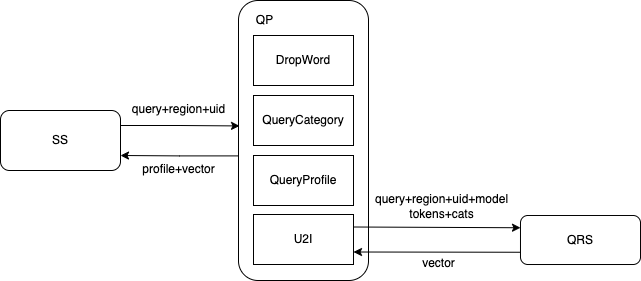
Dwyane-Xu/drao.io keeps this draw.io diagram as u2i.drawio.png. Above is the earlier version. Source tidied: cells renumbered, new cells last; positions are measured from the earlier drawing's top-left corner, leaving out a move shared by most shapes. Source of this version:
```xml
<mxGraphModel>
  <root>
    <mxCell id="0" />
    <mxCell id="1" parent="0" />
    <mxCell id="2" style="edgeStyle=orthogonalEdgeStyle;rounded=0;jettySize=auto;html=1;entryX=0.008;entryY=0.448;entryDx=0;entryDy=0;exitX=1;exitY=0.25;exitDx=0;exitDy=0;entryPerimeter=0;" parent="1" edge="1" source="3" target="5">
      <mxGeometry relative="1" as="geometry" />
    </mxCell>
    <mxCell id="3" value="SS" style="rounded=1;whiteSpace=wrap;html=1;" parent="1" vertex="1">
      <mxGeometry y="110" width="120" height="60" as="geometry" />
    </mxCell>
    <mxCell id="4" style="edgeStyle=orthogonalEdgeStyle;rounded=0;jettySize=auto;html=1;entryX=1;entryY=0.75;entryDx=0;entryDy=0;exitX=0;exitY=0.555;exitDx=0;exitDy=0;exitPerimeter=0;" parent="1" edge="1" source="5" target="3">
      <mxGeometry relative="1" as="geometry" />
    </mxCell>
    <mxCell id="5" style="rounded=1;whiteSpace=wrap;html=1;" parent="1" vertex="1">
      <mxGeometry x="238" width="130" height="280" as="geometry" />
    </mxCell>
    <mxCell id="6" value="DropWord" style="rounded=0;whiteSpace=wrap;html=1;" parent="1" vertex="1">
      <mxGeometry x="253" y="35" width="100" height="50" as="geometry" />
    </mxCell>
    <mxCell id="7" value="QueryCategory" style="rounded=0;whiteSpace=wrap;html=1;" parent="1" vertex="1">
      <mxGeometry x="253" y="95" width="100" height="50" as="geometry" />
    </mxCell>
    <mxCell id="8" value="QueryProfile" style="rounded=0;whiteSpace=wrap;html=1;" parent="1" vertex="1">
      <mxGeometry x="253" y="155" width="100" height="50" as="geometry" />
    </mxCell>
    <mxCell id="9" value="QP" style="text;html=1;align=center;verticalAlign=middle;fillColor=none;strokeColor=none;rounded=0;" parent="1" vertex="1">
      <mxGeometry x="244" y="5" width="40" height="30" as="geometry" />
    </mxCell>
    <mxCell id="10" value="QRS" style="rounded=1;whiteSpace=wrap;html=1;" parent="1" vertex="1">
      <mxGeometry x="520" y="215" width="120" height="49" as="geometry" />
    </mxCell>
    <mxCell id="11" value="&lt;br&gt;query+region+uid+model&lt;br&gt;tokens+cats" style="text;html=1;align=center;verticalAlign=middle;fillColor=none;strokeColor=none;rounded=0;" parent="1" vertex="1">
      <mxGeometry x="361" y="169" width="160" height="60" as="geometry" />
    </mxCell>
    <mxCell id="12" value="vector" style="text;html=1;align=center;verticalAlign=middle;fillColor=none;strokeColor=none;rounded=0;" parent="1" vertex="1">
      <mxGeometry x="408" y="248" width="60" height="30" as="geometry" />
    </mxCell>
    <mxCell id="13" value="U2I" style="rounded=0;whiteSpace=wrap;html=1;" parent="1" vertex="1">
      <mxGeometry x="253" y="214" width="100" height="50" as="geometry" />
    </mxCell>
    <mxCell id="14" style="endArrow=classic;html=1;rounded=0;exitX=1;exitY=0.25;exitDx=0;exitDy=0;entryX=0;entryY=0.25;entryDx=0;entryDy=0;" parent="1" edge="1" source="13" target="10">
      <mxGeometry relative="1" as="geometry" />
    </mxCell>
    <mxCell id="15" style="endArrow=classic;html=1;rounded=0;exitX=0;exitY=0.75;exitDx=0;exitDy=0;entryX=1;entryY=0.75;entryDx=0;entryDy=0;" parent="1" edge="1" source="10" target="13">
      <mxGeometry relative="1" as="geometry" />
    </mxCell>
    <mxCell id="16" value="query+region+uid" style="text;html=1;align=center;verticalAlign=middle;fillColor=none;strokeColor=none;rounded=0;" parent="1" vertex="1">
      <mxGeometry x="118" y="94" width="120" height="30" as="geometry" />
    </mxCell>
    <mxCell id="17" value="profile+vector" style="text;html=1;align=center;verticalAlign=middle;fillColor=none;strokeColor=none;rounded=0;" parent="1" vertex="1">
      <mxGeometry x="128" y="154" width="100" height="30" as="geometry" />
    </mxCell>
  </root>
</mxGraphModel>
```
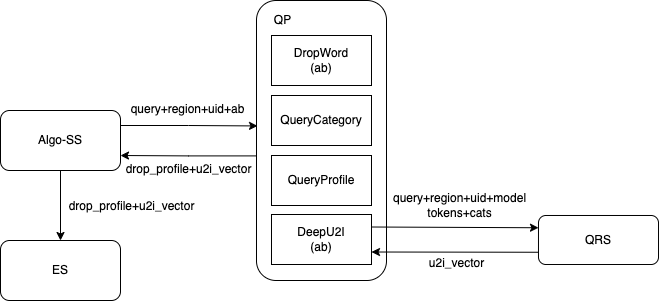
After the change.

The edit, as a diff of the source:
```diff
@@ -5,8 +5,11 @@
     <mxCell id="2" style="edgeStyle=orthogonalEdgeStyle;rounded=0;jettySize=auto;html=1;entryX=0.008;entryY=0.448;entryDx=0;entryDy=0;exitX=1;exitY=0.25;exitDx=0;exitDy=0;entryPerimeter=0;" parent="1" edge="1" source="3" target="5">
       <mxGeometry relative="1" as="geometry" />
     </mxCell>
+    <mxCell id="18" style="edgeStyle=orthogonalEdgeStyle;rounded=0;jettySize=auto;html=1;" parent="1" edge="1" source="3" target="19">
+      <mxGeometry relative="1" as="geometry" />
+    </mxCell>
-    <mxCell id="3" value="SS" style="rounded=1;whiteSpace=wrap;html=1;" parent="1" vertex="1">
-      <mxGeometry y="110" width="120" height="60" as="geometry" />
+    <mxCell id="3" value="Algo-SS" style="rounded=1;whiteSpace=wrap;html=1;" parent="1" vertex="1">
+      <mxGeometry x="-18" y="110" width="120" height="60" as="geometry" />
     </mxCell>
     <mxCell id="4" style="edgeStyle=orthogonalEdgeStyle;rounded=0;jettySize=auto;html=1;entryX=1;entryY=0.75;entryDx=0;entryDy=0;exitX=0;exitY=0.555;exitDx=0;exitDy=0;exitPerimeter=0;" parent="1" edge="1" source="5" target="3">
       <mxGeometry relative="1" as="geometry" />
@@ -14,7 +17,7 @@
     <mxCell id="5" style="rounded=1;whiteSpace=wrap;html=1;" parent="1" vertex="1">
       <mxGeometry x="238" width="130" height="280" as="geometry" />
     </mxCell>
-    <mxCell id="6" value="DropWord" style="rounded=0;whiteSpace=wrap;html=1;" parent="1" vertex="1">
+    <mxCell id="6" value="DropWord&lt;br&gt;(ab)" style="rounded=0;whiteSpace=wrap;html=1;" parent="1" vertex="1">
       <mxGeometry x="253" y="35" width="100" height="50" as="geometry" />
     </mxCell>
     <mxCell id="7" value="QueryCategory" style="rounded=0;whiteSpace=wrap;html=1;" parent="1" vertex="1">
@@ -29,13 +32,13 @@
     <mxCell id="10" value="QRS" style="rounded=1;whiteSpace=wrap;html=1;" parent="1" vertex="1">
       <mxGeometry x="520" y="215" width="120" height="49" as="geometry" />
     </mxCell>
-    <mxCell id="11" value="&lt;br&gt;query+region+uid+model&lt;br&gt;tokens+cats" style="text;html=1;align=center;verticalAlign=middle;fillColor=none;strokeColor=none;rounded=0;" parent="1" vertex="1">
-      <mxGeometry x="361" y="169" width="160" height="60" as="geometry" />
+    <mxCell id="11" value="query+region+uid+model&lt;br&gt;tokens+cats" style="text;html=1;align=center;verticalAlign=middle;fillColor=none;strokeColor=none;rounded=0;" parent="1" vertex="1">
+      <mxGeometry x="361" y="185" width="160" height="40" as="geometry" />
     </mxCell>
-    <mxCell id="12" value="vector" style="text;html=1;align=center;verticalAlign=middle;fillColor=none;strokeColor=none;rounded=0;" parent="1" vertex="1">
-      <mxGeometry x="408" y="248" width="60" height="30" as="geometry" />
+    <mxCell id="12" value="u2i_vector" style="text;html=1;align=center;verticalAlign=middle;fillColor=none;strokeColor=none;rounded=0;" parent="1" vertex="1">
+      <mxGeometry x="398" y="248" width="80" height="30" as="geometry" />
     </mxCell>
-    <mxCell id="13" value="U2I" style="rounded=0;whiteSpace=wrap;html=1;" parent="1" vertex="1">
+    <mxCell id="13" value="DeepU2I&lt;br&gt;(ab)" style="rounded=0;whiteSpace=wrap;html=1;" parent="1" vertex="1">
       <mxGeometry x="253" y="214" width="100" height="50" as="geometry" />
     </mxCell>
     <mxCell id="14" style="endArrow=classic;html=1;rounded=0;exitX=1;exitY=0.25;exitDx=0;exitDy=0;entryX=0;entryY=0.25;entryDx=0;entryDy=0;" parent="1" edge="1" source="13" target="10">
@@ -44,11 +47,17 @@
     <mxCell id="15" style="endArrow=classic;html=1;rounded=0;exitX=0;exitY=0.75;exitDx=0;exitDy=0;entryX=1;entryY=0.75;entryDx=0;entryDy=0;" parent="1" edge="1" source="10" target="13">
       <mxGeometry relative="1" as="geometry" />
     </mxCell>
-    <mxCell id="16" value="query+region+uid" style="text;html=1;align=center;verticalAlign=middle;fillColor=none;strokeColor=none;rounded=0;" parent="1" vertex="1">
-      <mxGeometry x="118" y="94" width="120" height="30" as="geometry" />
+    <mxCell id="16" value="query+region+uid+ab" style="text;html=1;align=center;verticalAlign=middle;fillColor=none;strokeColor=none;rounded=0;" parent="1" vertex="1">
+      <mxGeometry x="99" y="94" width="140" height="30" as="geometry" />
     </mxCell>
-    <mxCell id="17" value="profile+vector" style="text;html=1;align=center;verticalAlign=middle;fillColor=none;strokeColor=none;rounded=0;" parent="1" vertex="1">
-      <mxGeometry x="128" y="154" width="100" height="30" as="geometry" />
+    <mxCell id="17" value="drop_profile+u2i_vector" style="text;html=1;align=center;verticalAlign=middle;fillColor=none;strokeColor=none;rounded=0;" parent="1" vertex="1">
+      <mxGeometry x="95" y="154" width="150" height="30" as="geometry" />
     </mxCell>
+    <mxCell id="19" value="ES" style="rounded=1;whiteSpace=wrap;html=1;" parent="1" vertex="1">
+      <mxGeometry x="-18" y="240" width="120" height="60" as="geometry" />
+    </mxCell>
+    <mxCell id="20" value="drop_profile+u2i_vector" style="text;html=1;align=center;verticalAlign=middle;fillColor=none;strokeColor=none;rounded=0;" parent="1" vertex="1">
+      <mxGeometry x="38" y="191" width="150" height="30" as="geometry" />
+    </mxCell>
   </root>
 </mxGraphModel>
```
